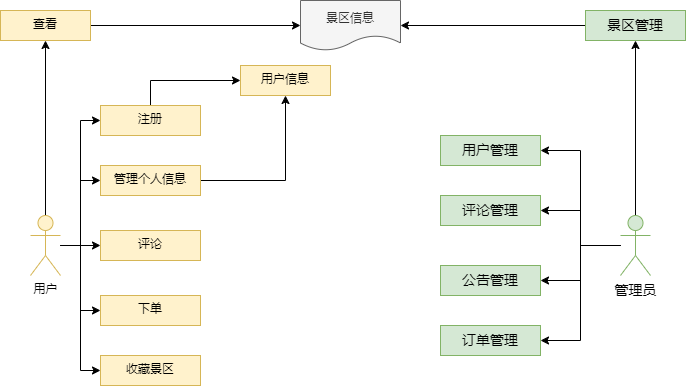
Above: sql/系统业务流程图.png in ren9901/tourism-j2ee-wx (draw.io), before the change. Source tidied: cells renumbered, new cells last; positions are measured from the earlier drawing's top-left corner, leaving out a move shared by most shapes.
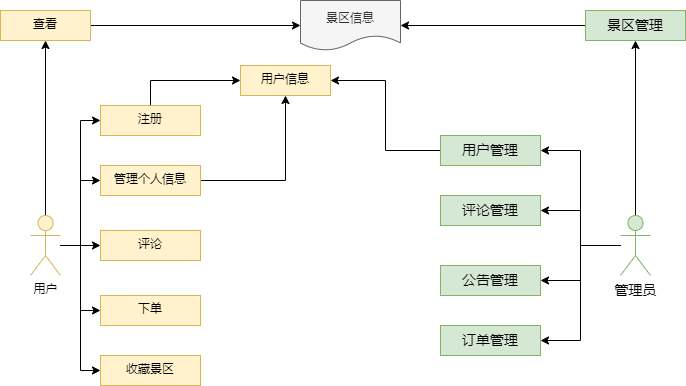
The same file after the commit.

Commit message:
更新系统业务流程图.png

The edit, as a diff of the source:
```diff
@@ -81,6 +81,9 @@
     <mxCell id="14" value="用户" style="shape=umlActor;verticalLabelPosition=bottom;verticalAlign=top;html=1;outlineConnect=0;fillColor=#fff2cc;strokeColor=#d6b656;" parent="1" vertex="1">
       <mxGeometry x="30" y="215" width="30" height="60" as="geometry" />
     </mxCell>
+    <mxCell id="32" style="edgeStyle=orthogonalEdgeStyle;rounded=0;jettySize=auto;html=1;entryX=1;entryY=0.5;entryDx=0;entryDy=0;" parent="1" edge="1" source="15" target="31">
+      <mxGeometry relative="1" as="geometry" />
+    </mxCell>
     <mxCell id="15" value="用户管理" style="whiteSpace=wrap;html=1;fontSize=14;verticalAlign=top;fillColor=#d5e8d4;strokeColor=#82b366;fillStyle=auto;" parent="1" vertex="1">
       <mxGeometry x="440" y="135" width="100" height="30" as="geometry" />
     </mxCell>
```
